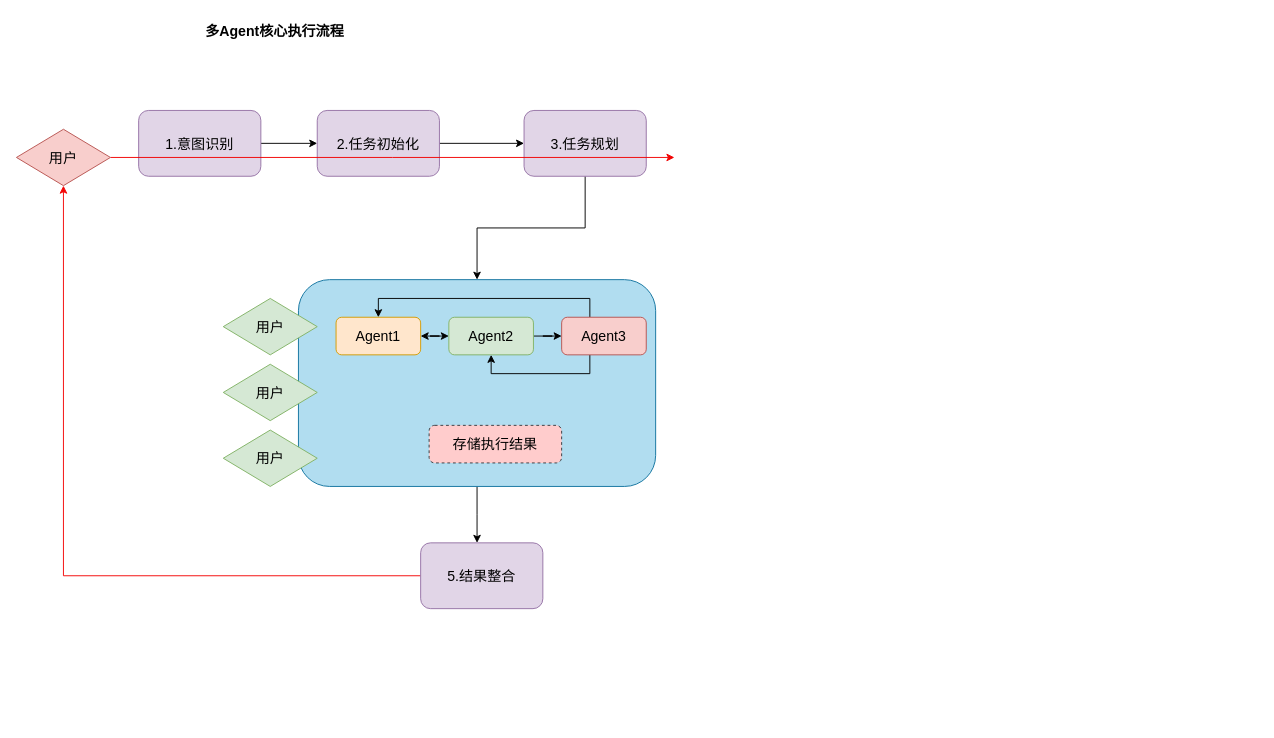
This is 多Agent执行流程.drawio from ChengziMao/picture, a draw.io file, before an edit. Source tidied: cells renumbered, new cells numbered last; positions are measured from the earlier drawing's top-left corner, leaving out a move shared by most shapes. Both pictures are drawn from the tidied source at 94%, with x=0, y=0 at pixel (16, 16).
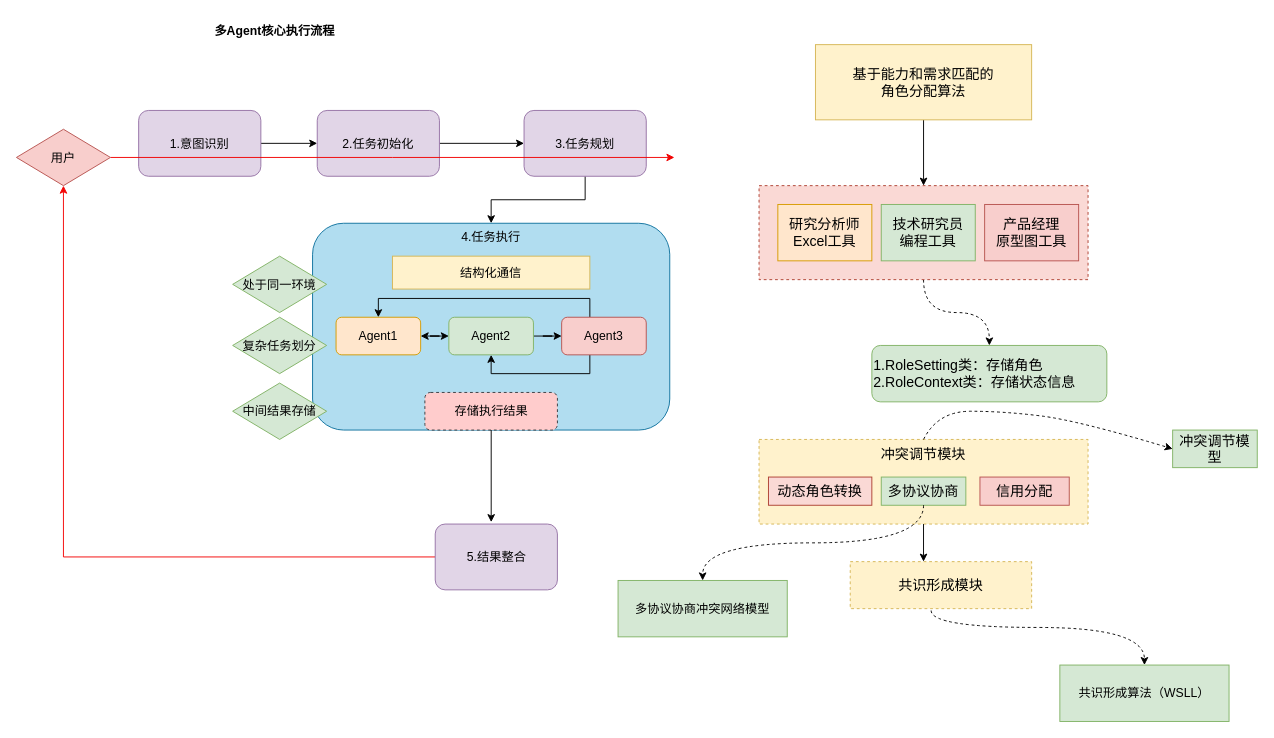
The same diagram, later.

Commit message:
更新多Agent执行流程.drawio

Change to the diagram source:
```diff
@@
-    <mxCell id="2" value="&lt;b&gt;多Agent核心执行流程&lt;/b&gt;" style="text;html=1;whiteSpace=wrap;strokeColor=none;fillColor=none;align=center;verticalAlign=middle;rounded=0;fontSize=15;" parent="1" vertex="1">
+    <mxCell id="2" value="&lt;b&gt;多Agent核心执行流程&lt;/b&gt;" style="text;html=1;whiteSpace=wrap;strokeColor=none;fillColor=none;align=center;verticalAlign=middle;rounded=0;fontSize=13;" parent="1" vertex="1">
       <mxGeometry x="180" width="190" height="30" as="geometry" />
     </mxCell>
-    <mxCell id="3" style="edgeStyle=orthogonalEdgeStyle;rounded=0;jettySize=auto;html=1;entryX=0;entryY=0.5;entryDx=0;entryDy=0;fontSize=15;" parent="1" edge="1" source="4" target="6">
+    <mxCell id="3" style="edgeStyle=orthogonalEdgeStyle;rounded=0;jettySize=auto;html=1;entryX=0;entryY=0.5;entryDx=0;entryDy=0;fontSize=13;" parent="1" edge="1" source="4" target="6">
       <mxGeometry relative="1" as="geometry" />
     </mxCell>
-    <mxCell id="4" value="1.意图识别" style="rounded=1;whiteSpace=wrap;html=1;fillColor=#e1d5e7;strokeColor=#9673a6;fontSize=15;" parent="1" vertex="1">
+    <mxCell id="4" value="1.意图识别" style="rounded=1;whiteSpace=wrap;html=1;fillColor=#e1d5e7;strokeColor=#9673a6;fontSize=13;" parent="1" vertex="1">
       <mxGeometry x="130" y="100" width="130" height="70" as="geometry" />
     </mxCell>
-    <mxCell id="5" style="edgeStyle=orthogonalEdgeStyle;rounded=0;jettySize=auto;html=1;entryX=0;entryY=0.5;entryDx=0;entryDy=0;fontSize=15;" parent="1" edge="1" source="6" target="8">
+    <mxCell id="5" style="edgeStyle=orthogonalEdgeStyle;rounded=0;jettySize=auto;html=1;entryX=0;entryY=0.5;entryDx=0;entryDy=0;fontSize=13;" parent="1" edge="1" source="6" target="8">
       <mxGeometry relative="1" as="geometry" />
     </mxCell>
-    <mxCell id="6" value="2.任务初始化" style="rounded=1;whiteSpace=wrap;html=1;fillColor=#e1d5e7;strokeColor=#9673a6;fontSize=15;" parent="1" vertex="1">
+    <mxCell id="6" value="2.任务初始化" style="rounded=1;whiteSpace=wrap;html=1;fillColor=#e1d5e7;strokeColor=#9673a6;fontSize=13;" parent="1" vertex="1">
       <mxGeometry x="320" y="100" width="130" height="70" as="geometry" />
     </mxCell>
-    <mxCell id="7" style="edgeStyle=orthogonalEdgeStyle;rounded=0;jettySize=auto;html=1;entryX=0.5;entryY=0;entryDx=0;entryDy=0;fontSize=15;" parent="1" edge="1" source="8" target="12">
+    <mxCell id="7" style="edgeStyle=orthogonalEdgeStyle;rounded=0;jettySize=auto;html=1;entryX=0.5;entryY=0;entryDx=0;entryDy=0;fontSize=13;" parent="1" edge="1" source="8" target="12">
       <mxGeometry relative="1" as="geometry" />
     </mxCell>
-    <mxCell id="8" value="3.任务规划" style="rounded=1;whiteSpace=wrap;html=1;fillColor=#e1d5e7;strokeColor=#9673a6;fontSize=15;" parent="1" vertex="1">
+    <mxCell id="8" value="3.任务规划" style="rounded=1;whiteSpace=wrap;html=1;fillColor=#e1d5e7;strokeColor=#9673a6;fontSize=13;" parent="1" vertex="1">
       <mxGeometry x="540" y="100" width="130" height="70" as="geometry" />
     </mxCell>
-    <mxCell id="9" style="edgeStyle=orthogonalEdgeStyle;rounded=0;jettySize=auto;html=1;strokeColor=light-dark(#f20202, #ededed);fontSize=15;" parent="1" edge="1" source="10">
+    <mxCell id="9" style="edgeStyle=orthogonalEdgeStyle;rounded=0;jettySize=auto;html=1;strokeColor=light-dark(#f20202, #ededed);fontSize=13;" parent="1" edge="1" source="10">
       <mxGeometry relative="1" as="geometry">
         <mxPoint x="700" y="150" as="targetPoint" />
       </mxGeometry>
     </mxCell>
-    <mxCell id="10" value="用户" style="rhombus;whiteSpace=wrap;html=1;shapeInside=1;fillColor=#f8cecc;strokeColor=#b85450;fontSize=15;" parent="1" vertex="1">
+    <mxCell id="10" value="用户" style="rhombus;whiteSpace=wrap;html=1;shapeInside=1;fillColor=#f8cecc;strokeColor=#b85450;fontSize=13;" parent="1" vertex="1">
       <mxGeometry y="120" width="100" height="60" as="geometry" />
     </mxCell>
-    <mxCell id="11" style="edgeStyle=orthogonalEdgeStyle;rounded=0;jettySize=auto;html=1;fontSize=15;" parent="1" edge="1" source="12">
-      <mxGeometry relative="1" as="geometry">
-        <mxPoint x="490" y="560" as="targetPoint" />
-      </mxGeometry>
-    </mxCell>
-    <mxCell id="12" style="rounded=1;whiteSpace=wrap;html=1;fillColor=#b1ddf0;strokeColor=#10739e;fontSize=15;" parent="1" vertex="1">
-      <mxGeometry x="300" y="280" width="380" height="220" as="geometry" />
+    <mxCell id="12" value="4.任务执行" style="rounded=1;whiteSpace=wrap;html=1;fillColor=#b1ddf0;strokeColor=#10739e;fontSize=13;verticalAlign=top;" parent="1" vertex="1">
+      <mxGeometry x="315" y="220" width="380" height="220" as="geometry" />
     </mxCell>
-    <mxCell id="13" value="用户" style="rhombus;whiteSpace=wrap;html=1;shapeInside=1;fillColor=#d5e8d4;strokeColor=#82b366;fontSize=15;" parent="1" vertex="1">
-      <mxGeometry x="220" y="300" width="100" height="60" as="geometry" />
+    <mxCell id="13" value="处于同一环境" style="rhombus;whiteSpace=wrap;html=1;shapeInside=1;fillColor=#d5e8d4;strokeColor=#82b366;fontSize=13;" parent="1" vertex="1">
+      <mxGeometry x="230" y="255" width="100" height="60" as="geometry" />
     </mxCell>
-    <mxCell id="14" value="用户" style="rhombus;whiteSpace=wrap;html=1;shapeInside=1;fillColor=#d5e8d4;strokeColor=#82b366;fontSize=15;" parent="1" vertex="1">
-      <mxGeometry x="220" y="370" width="100" height="60" as="geometry" />
-    </mxCell>
-    <mxCell id="15" value="用户" style="rhombus;whiteSpace=wrap;html=1;shapeInside=1;fillColor=#d5e8d4;strokeColor=#82b366;fontSize=15;" parent="1" vertex="1">
-      <mxGeometry x="220" y="440" width="100" height="60" as="geometry" />
-    </mxCell>
-    <mxCell id="16" value="Agent1" style="rounded=1;whiteSpace=wrap;html=1;fillColor=#ffe6cc;strokeColor=#d79b00;fontSize=15;" parent="1" vertex="1">
+    <mxCell id="16" value="Agent1" style="rounded=1;whiteSpace=wrap;html=1;fillColor=#ffe6cc;strokeColor=#d79b00;fontSize=13;" parent="1" vertex="1">
       <mxGeometry x="340" y="320" width="90" height="40" as="geometry" />
     </mxCell>
-    <mxCell id="17" style="edgeStyle=orthogonalEdgeStyle;rounded=0;jettySize=auto;html=1;entryX=0;entryY=0.5;entryDx=0;entryDy=0;fontSize=15;" parent="1" edge="1" source="19" target="22">
+    <mxCell id="17" style="edgeStyle=orthogonalEdgeStyle;rounded=0;jettySize=auto;html=1;entryX=0;entryY=0.5;entryDx=0;entryDy=0;fontSize=13;" parent="1" edge="1" source="19" target="22">
       <mxGeometry relative="1" as="geometry" />
     </mxCell>
-    <mxCell id="18" style="edgeStyle=orthogonalEdgeStyle;rounded=0;jettySize=auto;html=1;startArrow=classic;startFill=1;fontSize=15;" parent="1" edge="1" source="19" target="16">
+    <mxCell id="18" style="edgeStyle=orthogonalEdgeStyle;rounded=0;jettySize=auto;html=1;startArrow=classic;startFill=1;fontSize=13;" parent="1" edge="1" source="19" target="16">
       <mxGeometry relative="1" as="geometry" />
     </mxCell>
-    <mxCell id="19" value="Agent2" style="rounded=1;whiteSpace=wrap;html=1;fillColor=#d5e8d4;strokeColor=#82b366;fontSize=15;" parent="1" vertex="1">
+    <mxCell id="19" value="Agent2" style="rounded=1;whiteSpace=wrap;html=1;fillColor=#d5e8d4;strokeColor=#82b366;fontSize=13;" parent="1" vertex="1">
       <mxGeometry x="460" y="320" width="90" height="40" as="geometry" />
     </mxCell>
-    <mxCell id="20" style="edgeStyle=orthogonalEdgeStyle;rounded=0;jettySize=auto;html=1;entryX=0.5;entryY=1;entryDx=0;entryDy=0;fontSize=15;" parent="1" edge="1" source="22" target="19">
+    <mxCell id="20" style="edgeStyle=orthogonalEdgeStyle;rounded=0;jettySize=auto;html=1;entryX=0.5;entryY=1;entryDx=0;entryDy=0;fontSize=13;" parent="1" edge="1" source="22" target="19">
       <mxGeometry relative="1" as="geometry">
         <Array as="points">
           <mxPoint x="610" y="380" />
           <mxPoint x="505" y="380" />
         </Array>
       </mxGeometry>
     </mxCell>
-    <mxCell id="21" style="edgeStyle=orthogonalEdgeStyle;rounded=0;jettySize=auto;html=1;entryX=0.5;entryY=0;entryDx=0;entryDy=0;fontSize=15;" parent="1" edge="1" source="22" target="16">
+    <mxCell id="21" style="edgeStyle=orthogonalEdgeStyle;rounded=0;jettySize=auto;html=1;entryX=0.5;entryY=0;entryDx=0;entryDy=0;fontSize=13;" parent="1" edge="1" source="22" target="16">
       <mxGeometry relative="1" as="geometry">
         <Array as="points">
           <mxPoint x="610" y="300" />
           <mxPoint x="385" y="300" />
         </Array>
       </mxGeometry>
     </mxCell>
-    <mxCell id="22" value="Agent3" style="rounded=1;whiteSpace=wrap;html=1;fillColor=#f8cecc;strokeColor=#b85450;fontSize=15;" parent="1" vertex="1">
+    <mxCell id="22" value="Agent3" style="rounded=1;whiteSpace=wrap;html=1;fillColor=#f8cecc;strokeColor=#b85450;fontSize=13;" parent="1" vertex="1">
       <mxGeometry x="580" y="320" width="90" height="40" as="geometry" />
     </mxCell>
-    <mxCell id="23" value="存储执行结果" style="rounded=1;whiteSpace=wrap;html=1;dashed=1;fillColor=#ffcccc;strokeColor=#36393d;fontSize=15;" parent="1" vertex="1">
-      <mxGeometry x="439" y="435" width="141" height="40" as="geometry" />
+    <mxCell id="23" value="存储执行结果" style="rounded=1;whiteSpace=wrap;html=1;dashed=1;fillColor=#ffcccc;strokeColor=#36393d;fontSize=13;" parent="1" vertex="1">
+      <mxGeometry x="434.5" y="400" width="141" height="40" as="geometry" />
     </mxCell>
-    <mxCell id="24" style="edgeStyle=orthogonalEdgeStyle;rounded=0;jettySize=auto;html=1;entryX=0.5;entryY=1;entryDx=0;entryDy=0;strokeColor=light-dark(#f40606, #ededed);fontSize=15;" parent="1" edge="1" source="25" target="10">
+    <mxCell id="24" style="edgeStyle=orthogonalEdgeStyle;rounded=0;jettySize=auto;html=1;entryX=0.5;entryY=1;entryDx=0;entryDy=0;strokeColor=light-dark(#f40606, #ededed);fontSize=13;" parent="1" edge="1" source="25" target="10">
       <mxGeometry relative="1" as="geometry" />
     </mxCell>
-    <mxCell id="25" value="5.结果整合" style="rounded=1;whiteSpace=wrap;html=1;fillColor=#e1d5e7;strokeColor=#9673a6;fontSize=15;" parent="1" vertex="1">
-      <mxGeometry x="430" y="560" width="130" height="70" as="geometry" />
+    <mxCell id="25" value="5.结果整合" style="rounded=1;whiteSpace=wrap;html=1;fillColor=#e1d5e7;strokeColor=#9673a6;fontSize=13;" parent="1" vertex="1">
+      <mxGeometry x="445.5" y="540" width="130" height="70" as="geometry" />
     </mxCell>
+    <mxCell id="26" style="edgeStyle=orthogonalEdgeStyle;rounded=0;jettySize=auto;html=1;entryX=0.458;entryY=-0.029;entryDx=0;entryDy=0;entryPerimeter=0;fontSize=13;" parent="1" edge="1" source="12" target="25">
+      <mxGeometry relative="1" as="geometry" />
+    </mxCell>
+    <mxCell id="27" value="复杂任务划分" style="rhombus;whiteSpace=wrap;html=1;shapeInside=1;fillColor=#d5e8d4;strokeColor=#82b366;fontSize=13;" parent="1" vertex="1">
+      <mxGeometry x="230" y="320" width="100" height="60" as="geometry" />
+    </mxCell>
+    <mxCell id="28" value="中间结果存储" style="rhombus;whiteSpace=wrap;html=1;shapeInside=1;fillColor=#d5e8d4;strokeColor=#82b366;fontSize=13;" parent="1" vertex="1">
+      <mxGeometry x="230" y="390" width="100" height="60" as="geometry" />
+    </mxCell>
+    <mxCell id="29" style="edgeStyle=orthogonalEdgeStyle;rounded=0;jettySize=auto;html=1;entryX=0.5;entryY=0;entryDx=0;entryDy=0;fontSize=15;" parent="1" edge="1" source="30" target="33">
+      <mxGeometry relative="1" as="geometry" />
+    </mxCell>
+    <mxCell id="30" value="基于能力和需求匹配的&lt;div&gt;角色分配算法&lt;/div&gt;" style="rounded=0;whiteSpace=wrap;html=1;fillColor=#fff2cc;strokeColor=#d6b656;fontSize=15;" parent="1" vertex="1">
+      <mxGeometry x="850" y="30" width="230" height="80" as="geometry" />
+    </mxCell>
+    <mxCell id="31" value="结构化通信" style="rounded=0;whiteSpace=wrap;html=1;fillColor=#fff2cc;strokeColor=#d6b656;fontSize=13;" parent="1" vertex="1">
+      <mxGeometry x="400" y="255" width="210" height="35" as="geometry" />
+    </mxCell>
+    <mxCell id="32" style="edgeStyle=orthogonalEdgeStyle;rounded=0;jettySize=auto;html=1;curved=1;dashed=1;fontSize=15;" parent="1" edge="1" source="33" target="37">
+      <mxGeometry relative="1" as="geometry" />
+    </mxCell>
+    <mxCell id="33" style="rounded=0;whiteSpace=wrap;html=1;fillColor=#fad9d5;strokeColor=#ae4132;dashed=1;fontSize=15;" parent="1" vertex="1">
+      <mxGeometry x="790" y="180" width="350" height="100" as="geometry" />
+    </mxCell>
+    <mxCell id="34" value="研究分析师&lt;div&gt;Excel工具&lt;/div&gt;" style="rounded=0;whiteSpace=wrap;html=1;fillColor=#ffe6cc;strokeColor=#d79b00;fontSize=15;" parent="1" vertex="1">
+      <mxGeometry x="810" y="200" width="100" height="60" as="geometry" />
+    </mxCell>
+    <mxCell id="35" value="技术研究员&lt;div&gt;编程工具&lt;/div&gt;" style="rounded=0;whiteSpace=wrap;html=1;fillColor=#d5e8d4;strokeColor=#82b366;fontSize=15;" parent="1" vertex="1">
+      <mxGeometry x="920" y="200" width="100" height="60" as="geometry" />
+    </mxCell>
+    <mxCell id="36" value="产品经理&lt;div&gt;原型图工具&lt;/div&gt;" style="rounded=0;whiteSpace=wrap;html=1;fillColor=#f8cecc;strokeColor=#b85450;fontSize=15;" parent="1" vertex="1">
+      <mxGeometry x="1030" y="200" width="100" height="60" as="geometry" />
+    </mxCell>
+    <mxCell id="37" value="1.RoleSetting类：存储角色&lt;div&gt;2.RoleContext类：存储状态信息&lt;/div&gt;" style="rounded=1;whiteSpace=wrap;html=1;fillColor=#d5e8d4;strokeColor=#82b366;align=left;fontSize=15;" parent="1" vertex="1">
+      <mxGeometry x="910" y="350" width="250" height="60" as="geometry" />
+    </mxCell>
+    <mxCell id="38" value="冲突调节模块" style="rounded=0;whiteSpace=wrap;html=1;dashed=1;fillColor=#fff2cc;strokeColor=#d6b656;verticalAlign=top;fontSize=15;" parent="1" vertex="1">
+      <mxGeometry x="790" y="450" width="350" height="90" as="geometry" />
+    </mxCell>
+    <mxCell id="39" value="共识形成模块" style="rounded=0;whiteSpace=wrap;html=1;dashed=1;fillColor=#fff2cc;strokeColor=#d6b656;fontSize=15;" parent="1" vertex="1">
+      <mxGeometry x="887" y="580" width="193" height="50" as="geometry" />
+    </mxCell>
+    <mxCell id="40" value="动态角色转换" style="rounded=0;whiteSpace=wrap;html=1;fillColor=#fad9d5;strokeColor=#ae4132;fontSize=15;" parent="1" vertex="1">
+      <mxGeometry x="800" y="490" width="110" height="30" as="geometry" />
+    </mxCell>
+    <mxCell id="41" value="多协议协商" style="rounded=0;whiteSpace=wrap;html=1;fillColor=#d5e8d4;strokeColor=#82b366;fontSize=15;" parent="1" vertex="1">
+      <mxGeometry x="920" y="490" width="90" height="30" as="geometry" />
+    </mxCell>
+    <mxCell id="42" value="信用分配" style="rounded=0;whiteSpace=wrap;html=1;fillColor=#f8cecc;strokeColor=#b85450;fontSize=15;" parent="1" vertex="1">
+      <mxGeometry x="1025" y="490" width="95" height="30" as="geometry" />
+    </mxCell>
+    <mxCell id="43" style="edgeStyle=orthogonalEdgeStyle;rounded=0;jettySize=auto;html=1;entryX=0.404;entryY=0;entryDx=0;entryDy=0;entryPerimeter=0;fontSize=15;" parent="1" edge="1" source="38" target="39">
+      <mxGeometry relative="1" as="geometry" />
+    </mxCell>
+    <mxCell id="44" value="冲突调节模型" style="rounded=0;whiteSpace=wrap;html=1;fillColor=#d5e8d4;strokeColor=#82b366;fontSize=15;" parent="1" vertex="1">
+      <mxGeometry x="1230" y="440" width="90" height="40" as="geometry" />
+    </mxCell>
+    <mxCell id="45" value="多协议协商冲突网络模型" style="rounded=0;whiteSpace=wrap;html=1;fillColor=#d5e8d4;strokeColor=#82b366;fontSize=13;" parent="1" vertex="1">
+      <mxGeometry x="640" y="600" width="180" height="60" as="geometry" />
+    </mxCell>
+    <mxCell id="46" style="endArrow=classic;html=1;rounded=0;exitX=0.5;exitY=1;exitDx=0;exitDy=0;entryX=0.5;entryY=0;entryDx=0;entryDy=0;curved=1;edgeStyle=orthogonalEdgeStyle;dashed=1;fontSize=15;" parent="1" edge="1" source="41" target="45">
+      <mxGeometry relative="1" as="geometry" />
+    </mxCell>
+    <mxCell id="47" style="endArrow=classic;html=1;rounded=0;exitX=0.5;exitY=0;exitDx=0;exitDy=0;entryX=0;entryY=0.5;entryDx=0;entryDy=0;curved=1;dashed=1;fontSize=15;" parent="1" edge="1" source="38" target="44">
+      <mxGeometry relative="1" as="geometry">
+        <Array as="points">
+          <mxPoint x="980" y="420" />
+          <mxPoint x="1050" y="420" />
+          <mxPoint x="1130" y="430" />
+        </Array>
+      </mxGeometry>
+    </mxCell>
+    <mxCell id="48" value="共识形成算法（WSLL）" style="rounded=0;whiteSpace=wrap;html=1;fillColor=#d5e8d4;strokeColor=#82b366;fontSize=13;" parent="1" vertex="1">
+      <mxGeometry x="1110" y="690" width="180" height="60" as="geometry" />
+    </mxCell>
+    <mxCell id="49" style="endArrow=classic;html=1;rounded=0;exitX=0.446;exitY=1.04;exitDx=0;exitDy=0;exitPerimeter=0;entryX=0.5;entryY=0;entryDx=0;entryDy=0;curved=1;edgeStyle=orthogonalEdgeStyle;dashed=1;" parent="1" edge="1" source="39" target="48">
+      <mxGeometry relative="1" as="geometry">
+        <Array as="points">
+          <mxPoint x="973.1" y="650" />
+          <mxPoint x="1200" y="650" />
+        </Array>
+      </mxGeometry>
+    </mxCell>
```
